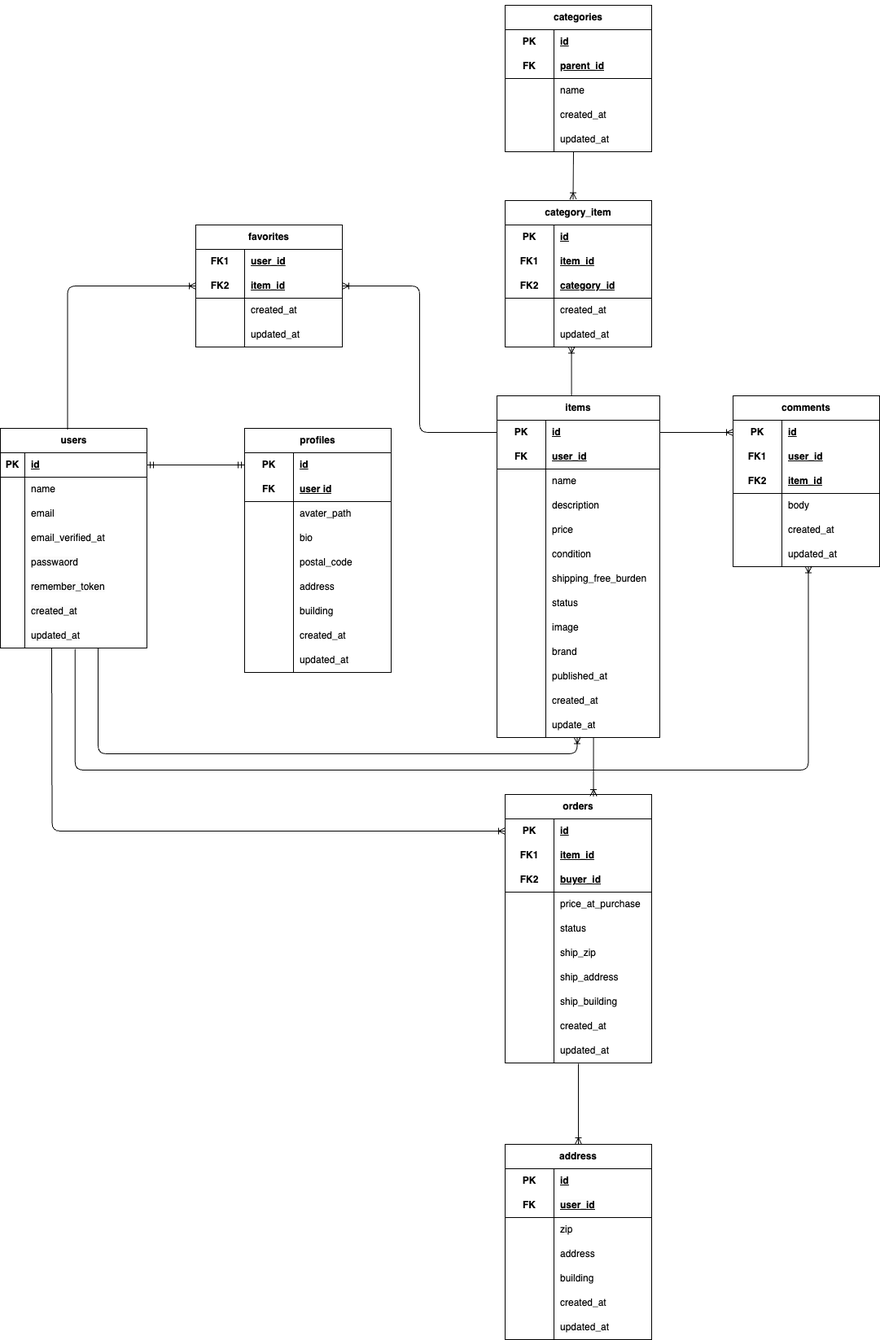
This is ERD.png from satomayuko/fleamarket-app, a draw.io export, as it was before one commit. Source tidied: cells renumbered, new cells last; positions are measured from the earlier drawing's top-left corner, leaving out a move shared by most shapes.
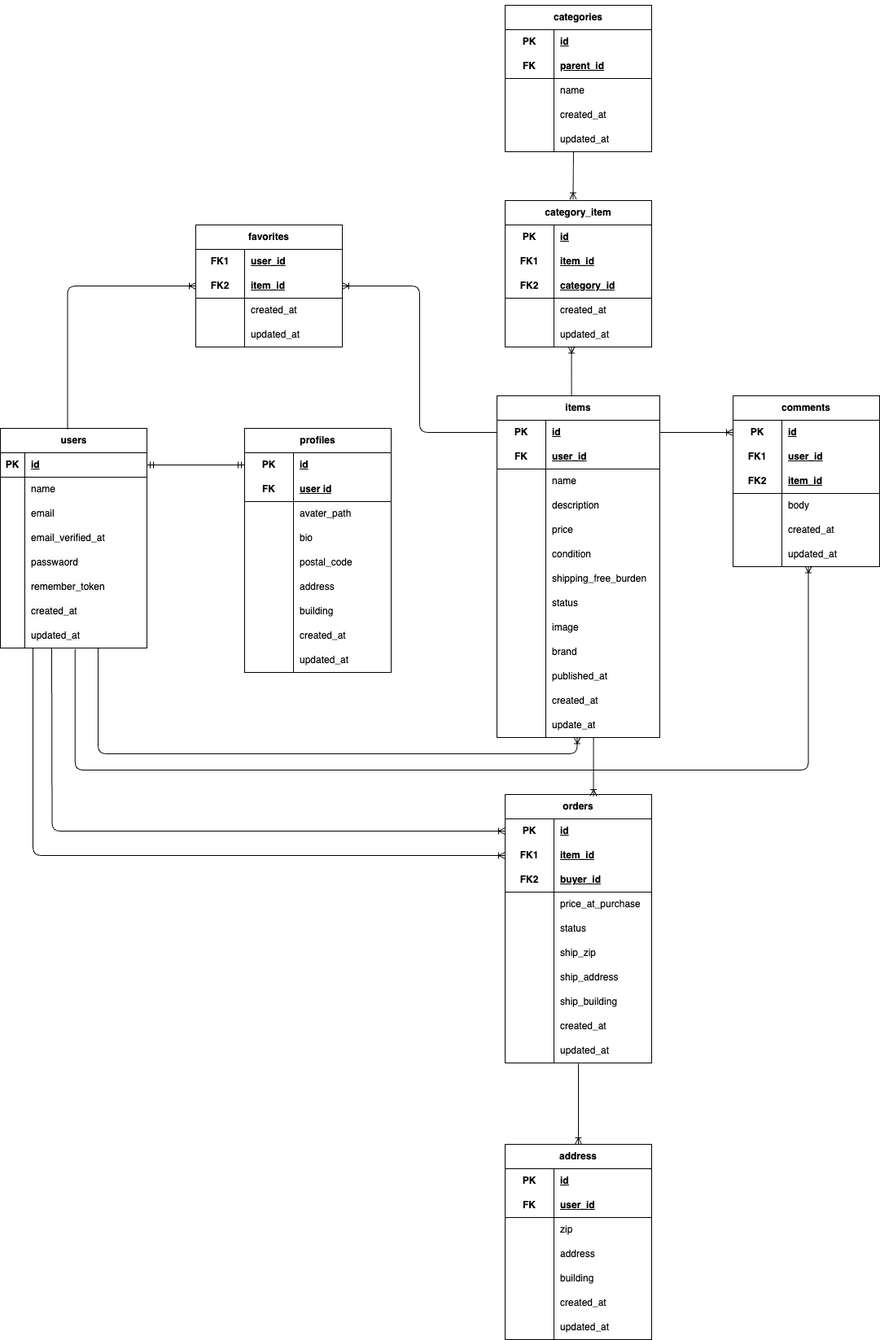
The same file after the commit.

Change to the diagram source:
```diff
@@ -678,5 +678,13 @@
     <mxCell id="222" value="&lt;meta charset=&quot;utf-8&quot;&gt;&lt;span style=&quot;color: rgb(0, 0, 0); font-family: Helvetica; font-size: 12px; font-style: normal; font-variant-ligatures: normal; font-variant-caps: normal; font-weight: 400; letter-spacing: normal; orphans: 2; text-align: left; text-indent: 0px; text-transform: none; widows: 2; word-spacing: 0px; -webkit-text-stroke-width: 0px; white-space: normal; background-color: rgb(251, 251, 251); text-decoration-thickness: initial; text-decoration-style: initial; text-decoration-color: initial; display: inline !important; float: none;&quot;&gt;updated_at&lt;/span&gt;" style="shape=partialRectangle;fillColor=none;top=0;left=0;bottom=0;right=0;align=left;spacingLeft=6;overflow=hidden;html=1;whiteSpace=wrap;" parent="220" vertex="1">
       <mxGeometry x="60" width="120" height="30" as="geometry" />
     </mxCell>
+    <mxCell id="223" style="edgeStyle=elbowEdgeStyle;fontSize=12;html=1;endArrow=ERoneToMany;entryX=0;entryY=0.5;entryDx=0;entryDy=0;" parent="1" edge="1" target="22">
+      <mxGeometry relative="1" as="geometry">
+        <mxPoint x="40" y="790" as="sourcePoint" />
+        <Array as="points">
+          <mxPoint x="40" y="1030" />
+        </Array>
+      </mxGeometry>
+    </mxCell>
   </root>
 </mxGraphModel>
```
